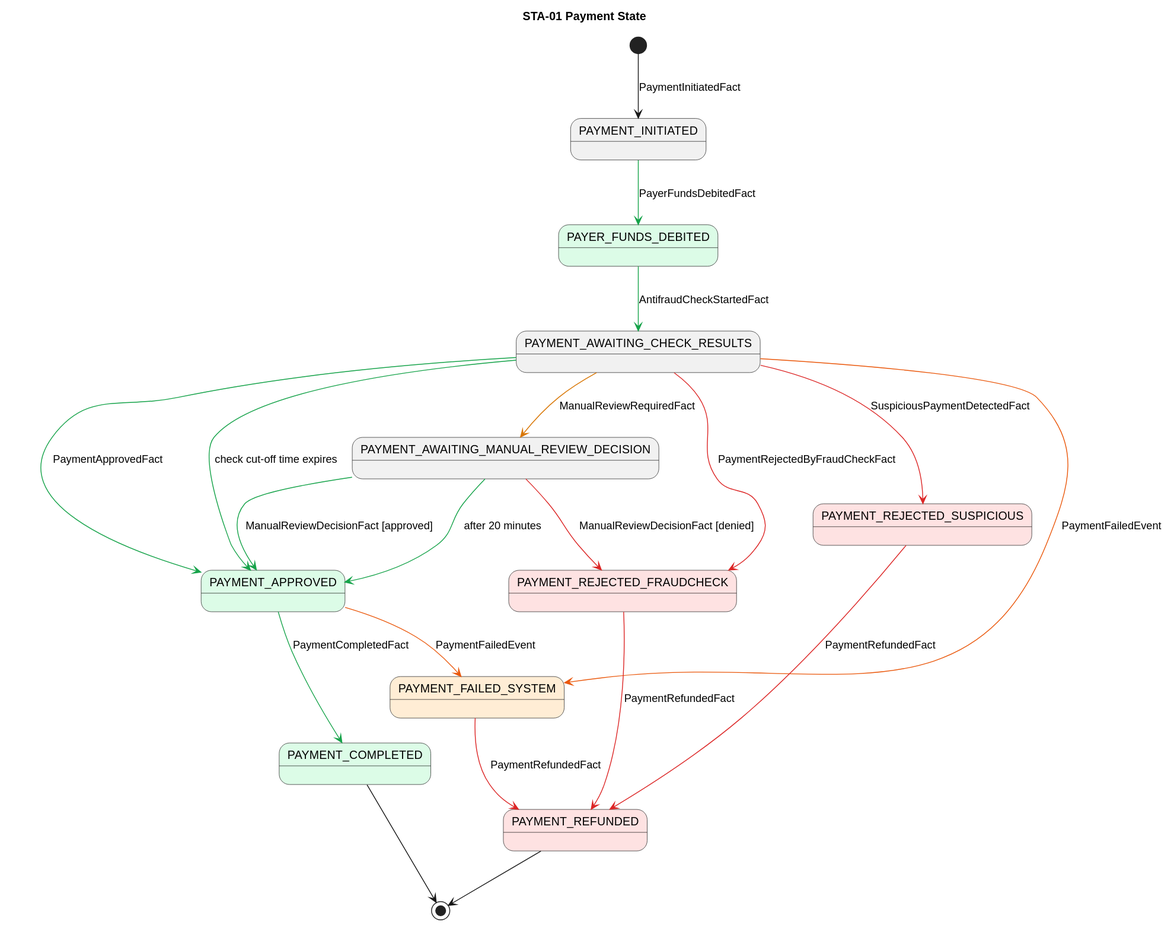
Earlier version of the PlantUML export Task2/STA-01-payment.state.svg (vs-ya-practicum/04-MSA-5-PaymentService-done). The source it was exported from:
```plantuml
@startuml
skinparam defaultTextAlignment center

title STA-01 Payment State

state "PAYMENT_INITIATED" as PaymentInitiated
state "PAYER_FUNDS_DEBITED" as PayerFundsDebited #DCFCE7
state "PAYMENT_AWAITING_CHECK_RESULTS" as PaymentAwaitingCheckResults
state "PAYMENT_AWAITING_MANUAL_REVIEW_DECISION" as PaymentAwaitingManualReviewDecision
state "PAYMENT_APPROVED" as PaymentApproved #DCFCE7
state "PAYMENT_COMPLETED" as PaymentCompleted #DCFCE7
state "PAYMENT_REJECTED_FRAUDCHECK" as PaymentRejectedFraudCheck #FEE2E2
state "PAYMENT_REJECTED_SUSPICIOUS" as PaymentRejectedSuspicious #FEE2E2
state "PAYMENT_FAILED_SYSTEM" as PaymentFailedSystem #FFEDD5
state "PAYMENT_REFUNDED" as PaymentRefunded #FEE2E2

[*] --> PaymentInitiated : PaymentInitiatedFact

PaymentInitiated -[#16A34A]-> PayerFundsDebited : PayerFundsDebitedFact

PayerFundsDebited -[#16A34A]-> PaymentAwaitingCheckResults : AntifraudCheckStartedFact

PaymentAwaitingCheckResults -[#16A34A]-> PaymentApproved : PaymentApprovedFact
PaymentAwaitingCheckResults -[#16A34A]-> PaymentApproved : check cut-off time expires
PaymentAwaitingCheckResults -[#DC2626]-> PaymentRejectedFraudCheck : PaymentRejectedByFraudCheckFact
PaymentAwaitingCheckResults -[#D97706]-> PaymentAwaitingManualReviewDecision : ManualReviewRequiredFact

PaymentAwaitingCheckResults -[#DC2626]-> PaymentRejectedSuspicious : SuspiciousPaymentDetectedFact

PaymentAwaitingCheckResults -[#EA580C]-> PaymentFailedSystem : PaymentFailedEvent
PaymentAwaitingManualReviewDecision -[#16A34A]-> PaymentApproved : ManualReviewDecisionFact [approved]
PaymentAwaitingManualReviewDecision -[#DC2626]-> PaymentRejectedFraudCheck : ManualReviewDecisionFact [denied]
PaymentAwaitingManualReviewDecision -[#16A34A]-> PaymentApproved : after 20 minutes

PaymentApproved -[#16A34A]-> PaymentCompleted : PaymentCompletedFact
PaymentApproved -[#EA580C]-> PaymentFailedSystem : PaymentFailedEvent
PaymentRejectedFraudCheck -[#DC2626]-> PaymentRefunded : PaymentRefundedFact
PaymentRejectedSuspicious -[#DC2626]-> PaymentRefunded : PaymentRefundedFact
PaymentFailedSystem -[#DC2626]-> PaymentRefunded : PaymentRefundedFact

PaymentCompleted --> [*]
PaymentRefunded --> [*]
@enduml
```
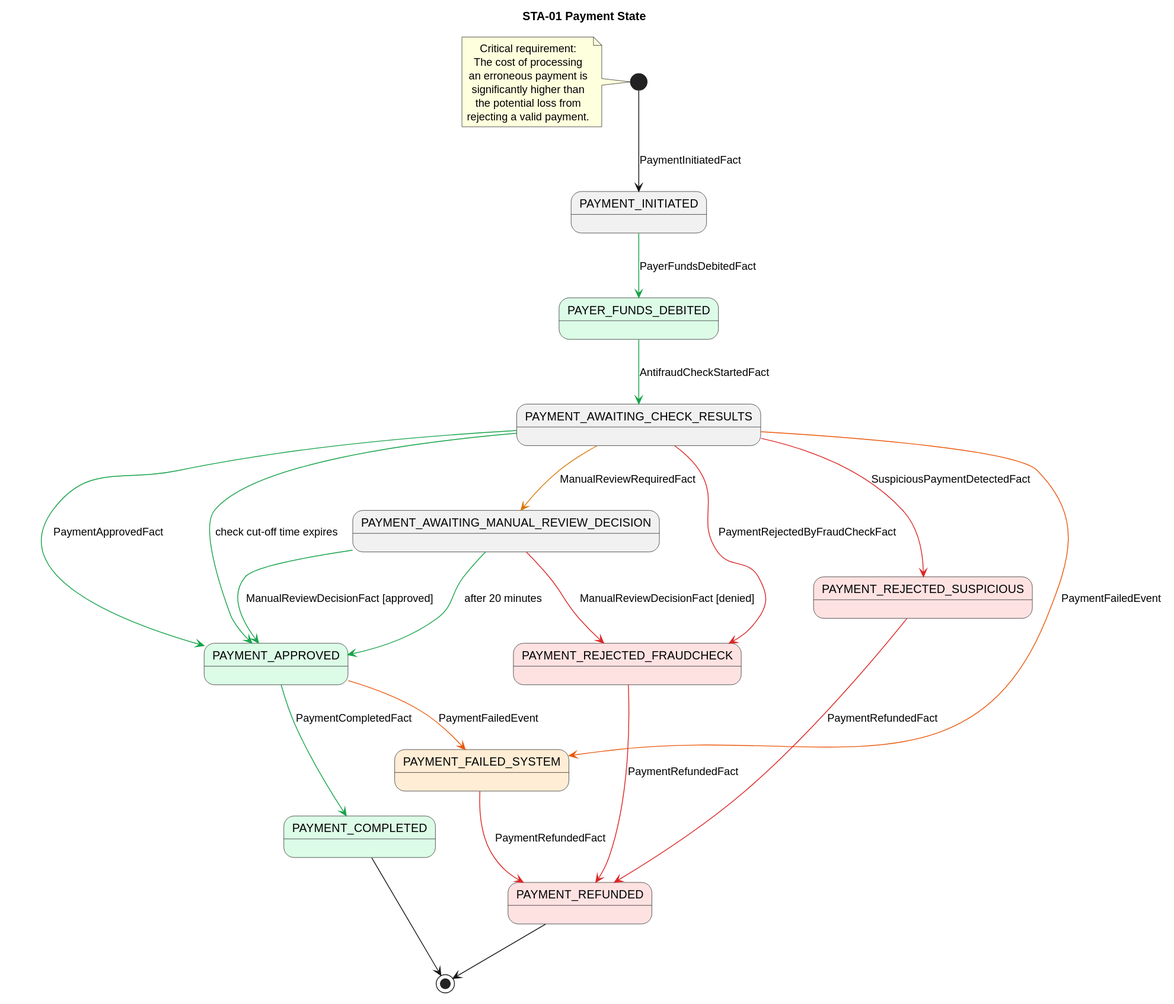
The same diagram one commit later.

What changed in the source:
```diff
@@ -2,6 +2,8 @@
 skinparam defaultTextAlignment center
 
 title STA-01 Payment State
+
+state start <<start>>
 
 state "PAYMENT_INITIATED" as PaymentInitiated
 state "PAYER_FUNDS_DEBITED" as PayerFundsDebited #DCFCE7
@@ -14,7 +16,16 @@
 state "PAYMENT_FAILED_SYSTEM" as PaymentFailedSystem #FFEDD5
 state "PAYMENT_REFUNDED" as PaymentRefunded #FEE2E2
 
-[*] --> PaymentInitiated : PaymentInitiatedFact
+start --> PaymentInitiated : PaymentInitiatedFact
+
+note left of start
+    Critical requirement:
+    The cost of processing
+    an erroneous payment is
+    significantly higher than
+    the potential loss from
+    rejecting a valid payment.
+end note
 
 PaymentInitiated -[#16A34A]-> PayerFundsDebited : PayerFundsDebitedFact
 
```
